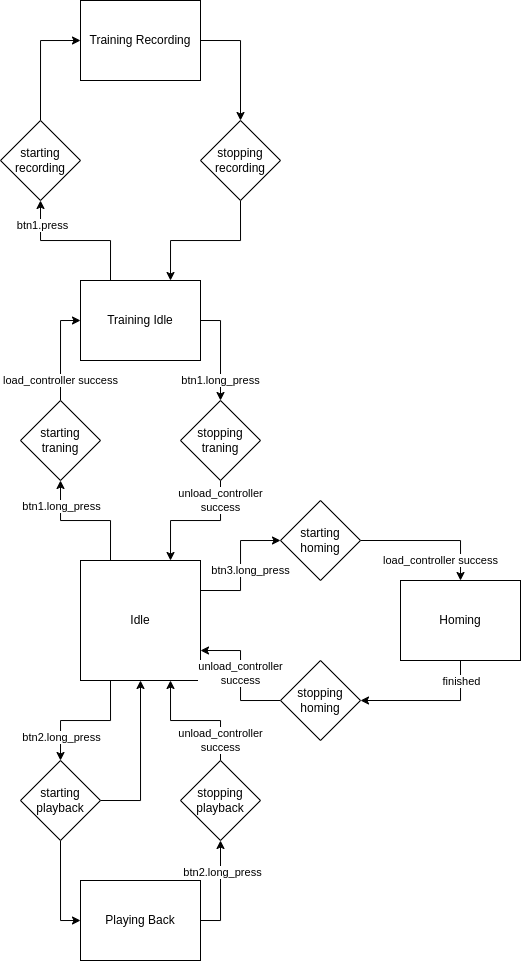
jellehierck/nakama_franka_ros2_cpp keeps this draw.io diagram as nakama_franka_interaction_buttons/state machine.drawio.png. Above is the earlier version. Source tidied: cells renumbered, new cells last; positions are measured from the earlier drawing's top-left corner, leaving out a move shared by most shapes.
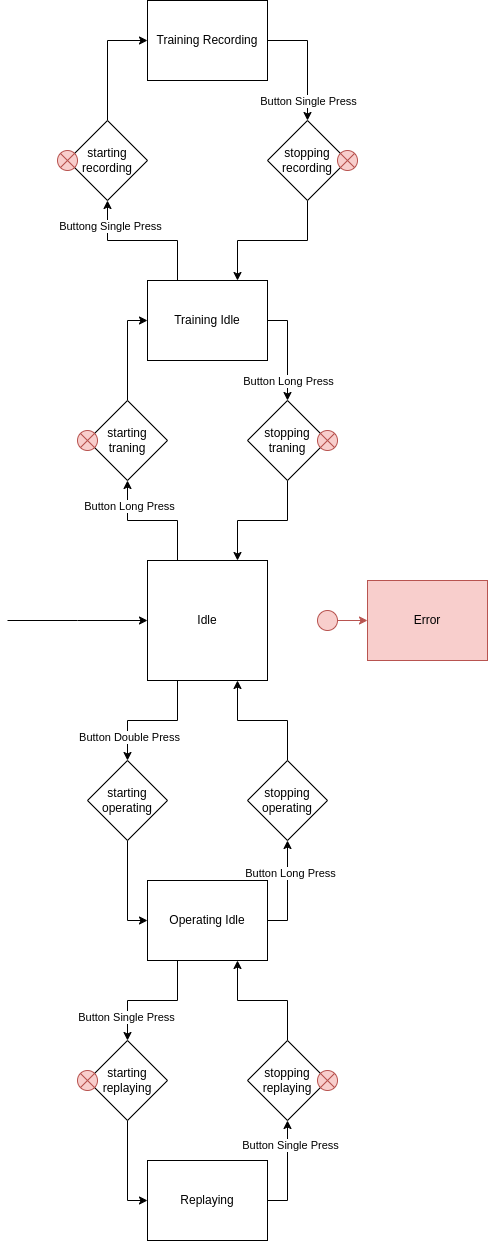
After the commit.

What changed in the source:
```diff
@@ -2,33 +2,30 @@
   <root>
     <mxCell id="0" />
     <mxCell id="1" parent="0" />
-    <mxCell id="2" style="edgeStyle=orthogonalEdgeStyle;rounded=0;jettySize=auto;html=1;exitX=1;exitY=0.25;exitDx=0;exitDy=0;entryX=0;entryY=0.5;entryDx=0;entryDy=0;" parent="1" edge="1" source="8" target="34">
-      <mxGeometry relative="1" as="geometry" />
-    </mxCell>
-    <mxCell id="3" value="btn3.long_press" style="edgeLabel;html=1;align=center;verticalAlign=middle;" parent="2" vertex="1">
-      <mxGeometry x="-0.11" y="3" relative="1" as="geometry">
-        <mxPoint x="13" y="-2" as="offset" />
-      </mxGeometry>
-    </mxCell>
     <mxCell id="4" style="edgeStyle=orthogonalEdgeStyle;rounded=0;jettySize=auto;html=1;exitX=0.25;exitY=1;exitDx=0;exitDy=0;entryX=0.5;entryY=0;entryDx=0;entryDy=0;" parent="1" edge="1" source="8" target="28">
       <mxGeometry relative="1" as="geometry" />
     </mxCell>
-    <mxCell id="5" value="btn2.long_press" style="edgeLabel;html=1;align=center;verticalAlign=middle;" parent="4" vertex="1">
+    <mxCell id="5" value="Button Double Press" style="edgeLabel;html=1;align=center;verticalAlign=middle;" parent="4" vertex="1">
       <mxGeometry x="0.63" y="1" relative="1" as="geometry" />
     </mxCell>
     <mxCell id="6" style="edgeStyle=orthogonalEdgeStyle;rounded=0;jettySize=auto;html=1;exitX=0.25;exitY=0;exitDx=0;exitDy=0;entryX=0.5;entryY=1;entryDx=0;entryDy=0;" parent="1" edge="1" source="8" target="22">
       <mxGeometry relative="1" as="geometry" />
     </mxCell>
-    <mxCell id="7" value="btn1.long_press" style="edgeLabel;html=1;align=center;verticalAlign=middle;" parent="6" vertex="1">
+    <mxCell id="7" value="Button Long Press" style="edgeLabel;html=1;align=center;verticalAlign=middle;" parent="6" vertex="1">
       <mxGeometry x="0.62" y="-1" relative="1" as="geometry" />
     </mxCell>
+    <mxCell id="44" style="edgeStyle=orthogonalEdgeStyle;rounded=0;jettySize=auto;html=1;exitX=0;exitY=0.5;exitDx=0;exitDy=0;endArrow=none;endFill=0;startArrow=classic;startFill=1;" parent="1" edge="1" source="8">
+      <mxGeometry relative="1" as="geometry">
+        <mxPoint x="-60" y="620" as="targetPoint" />
+      </mxGeometry>
+    </mxCell>
     <mxCell id="8" value="Idle" style="rounded=0;whiteSpace=wrap;html=1;" parent="1" vertex="1">
       <mxGeometry x="80" y="560" width="120" height="120" as="geometry" />
     </mxCell>
     <mxCell id="9" style="edgeStyle=orthogonalEdgeStyle;rounded=0;jettySize=auto;html=1;exitX=1;exitY=0.5;exitDx=0;exitDy=0;entryX=0.5;entryY=0;entryDx=0;entryDy=0;" parent="1" edge="1" source="13" target="25">
       <mxGeometry relative="1" as="geometry" />
     </mxCell>
-    <mxCell id="10" value="btn1.long_press" style="edgeLabel;html=1;align=center;verticalAlign=middle;" parent="9" vertex="1">
+    <mxCell id="10" value="Button Long Press" style="edgeLabel;html=1;align=center;verticalAlign=middle;" parent="9" vertex="1">
       <mxGeometry x="0.26" relative="1" as="geometry">
         <mxPoint y="17" as="offset" />
       </mxGeometry>
@@ -36,97 +33,59 @@
     <mxCell id="11" style="edgeStyle=orthogonalEdgeStyle;rounded=0;jettySize=auto;html=1;exitX=0.25;exitY=0;exitDx=0;exitDy=0;entryX=0.5;entryY=1;entryDx=0;entryDy=0;" parent="1" edge="1" source="13" target="41">
       <mxGeometry relative="1" as="geometry" />
     </mxCell>
-    <mxCell id="12" value="btn1.press" style="edgeLabel;html=1;align=center;verticalAlign=middle;" parent="11" vertex="1">
+    <mxCell id="12" value="Buttong Single Press" style="edgeLabel;html=1;align=center;verticalAlign=middle;" parent="11" vertex="1">
       <mxGeometry x="0.67" y="-2" relative="1" as="geometry" />
     </mxCell>
     <mxCell id="13" value="Training Idle" style="rounded=0;whiteSpace=wrap;html=1;" parent="1" vertex="1">
       <mxGeometry x="80" y="280" width="120" height="80" as="geometry" />
     </mxCell>
-    <mxCell id="14" style="edgeStyle=orthogonalEdgeStyle;rounded=0;jettySize=auto;html=1;exitX=0.5;exitY=1;exitDx=0;exitDy=0;entryX=1;entryY=0.5;entryDx=0;entryDy=0;" parent="1" edge="1" source="16" target="37">
-      <mxGeometry relative="1" as="geometry" />
-    </mxCell>
-    <mxCell id="15" value="finished" style="edgeLabel;html=1;align=center;verticalAlign=middle;" parent="14" vertex="1">
-      <mxGeometry x="-0.7" y="1" relative="1" as="geometry" />
-    </mxCell>
-    <mxCell id="16" value="Homing" style="rounded=0;whiteSpace=wrap;html=1;" parent="1" vertex="1">
-      <mxGeometry x="400" y="580" width="120" height="80" as="geometry" />
-    </mxCell>
     <mxCell id="17" style="edgeStyle=orthogonalEdgeStyle;rounded=0;jettySize=auto;html=1;exitX=1;exitY=0.5;exitDx=0;exitDy=0;entryX=0.5;entryY=1;entryDx=0;entryDy=0;" parent="1" edge="1" source="19" target="31">
       <mxGeometry relative="1" as="geometry" />
     </mxCell>
-    <mxCell id="18" value="btn2.long_press" style="edgeLabel;html=1;align=center;verticalAlign=middle;" parent="17" vertex="1">
+    <mxCell id="18" value="Button Long Press" style="edgeLabel;html=1;align=center;verticalAlign=middle;" parent="17" vertex="1">
       <mxGeometry x="0.36" y="-2" relative="1" as="geometry" />
     </mxCell>
+    <mxCell id="45" style="edgeStyle=orthogonalEdgeStyle;rounded=0;jettySize=auto;html=1;exitX=0.25;exitY=1;exitDx=0;exitDy=0;entryX=0.5;entryY=0;entryDx=0;entryDy=0;" parent="1" edge="1" source="19" target="52">
+      <mxGeometry relative="1" as="geometry" />
+    </mxCell>
+    <mxCell id="46" value="Button Single Press" style="edgeLabel;html=1;align=center;verticalAlign=middle;" parent="45" vertex="1">
+      <mxGeometry x="0.63" y="-2" relative="1" as="geometry" />
+    </mxCell>
-    <mxCell id="19" value="Playing Back" style="rounded=0;whiteSpace=wrap;html=1;" parent="1" vertex="1">
+    <mxCell id="19" value="Operating Idle" style="rounded=0;whiteSpace=wrap;html=1;" parent="1" vertex="1">
       <mxGeometry x="80" y="880" width="120" height="80" as="geometry" />
     </mxCell>
     <mxCell id="20" style="edgeStyle=orthogonalEdgeStyle;rounded=0;jettySize=auto;html=1;exitX=0.5;exitY=0;exitDx=0;exitDy=0;entryX=0;entryY=0.5;entryDx=0;entryDy=0;" parent="1" edge="1" source="22" target="13">
       <mxGeometry relative="1" as="geometry" />
     </mxCell>
-    <mxCell id="21" value="load_controller success" style="edgeLabel;html=1;align=center;verticalAlign=middle;" parent="20" vertex="1">
-      <mxGeometry x="-0.6" y="-5" relative="1" as="geometry">
-        <mxPoint x="-5" as="offset" />
-      </mxGeometry>
-    </mxCell>
     <mxCell id="22" value="starting&lt;div&gt;traning&lt;/div&gt;" style="rhombus;whiteSpace=wrap;html=1;" parent="1" vertex="1">
       <mxGeometry x="20" y="400" width="80" height="80" as="geometry" />
     </mxCell>
     <mxCell id="23" style="edgeStyle=orthogonalEdgeStyle;rounded=0;jettySize=auto;html=1;exitX=0.5;exitY=1;exitDx=0;exitDy=0;entryX=0.75;entryY=0;entryDx=0;entryDy=0;" parent="1" edge="1" source="25" target="8">
       <mxGeometry relative="1" as="geometry" />
     </mxCell>
-    <mxCell id="24" value="unload_controller&lt;div&gt;success&lt;/div&gt;" style="edgeLabel;html=1;align=center;verticalAlign=middle;" parent="23" vertex="1">
-      <mxGeometry x="-0.82" y="-1" relative="1" as="geometry">
-        <mxPoint x="1" y="8" as="offset" />
-      </mxGeometry>
-    </mxCell>
     <mxCell id="25" value="stopping&lt;div&gt;traning&lt;/div&gt;" style="rhombus;whiteSpace=wrap;html=1;" parent="1" vertex="1">
       <mxGeometry x="180" y="400" width="80" height="80" as="geometry" />
     </mxCell>
     <mxCell id="26" style="edgeStyle=orthogonalEdgeStyle;rounded=0;jettySize=auto;html=1;exitX=0.5;exitY=1;exitDx=0;exitDy=0;entryX=0;entryY=0.5;entryDx=0;entryDy=0;" parent="1" edge="1" source="28" target="19">
       <mxGeometry relative="1" as="geometry" />
     </mxCell>
-    <mxCell id="27" style="edgeStyle=orthogonalEdgeStyle;rounded=0;jettySize=auto;html=1;exitX=1;exitY=0.5;exitDx=0;exitDy=0;entryX=0.5;entryY=1;entryDx=0;entryDy=0;" parent="1" edge="1" source="28" target="8">
-      <mxGeometry relative="1" as="geometry" />
-    </mxCell>
-    <mxCell id="28" value="starting&lt;div&gt;playback&lt;/div&gt;" style="rhombus;whiteSpace=wrap;html=1;" parent="1" vertex="1">
+    <mxCell id="28" value="starting&lt;div&gt;operating&lt;/div&gt;" style="rhombus;whiteSpace=wrap;html=1;" parent="1" vertex="1">
       <mxGeometry x="20" y="760" width="80" height="80" as="geometry" />
     </mxCell>
     <mxCell id="29" style="edgeStyle=orthogonalEdgeStyle;rounded=0;jettySize=auto;html=1;exitX=0.5;exitY=0;exitDx=0;exitDy=0;entryX=0.75;entryY=1;entryDx=0;entryDy=0;" parent="1" edge="1" source="31" target="8">
       <mxGeometry relative="1" as="geometry" />
     </mxCell>
-    <mxCell id="30" value="unload_controller&lt;div&gt;success&lt;/div&gt;" style="edgeLabel;html=1;align=center;verticalAlign=middle;" parent="29" vertex="1">
-      <mxGeometry x="-0.57" y="-4" relative="1" as="geometry">
-        <mxPoint x="-4" y="8" as="offset" />
-      </mxGeometry>
-    </mxCell>
-    <mxCell id="31" value="stopping&lt;div&gt;playback&lt;/div&gt;" style="rhombus;whiteSpace=wrap;html=1;" parent="1" vertex="1">
+    <mxCell id="31" value="stopping&lt;div&gt;operating&lt;/div&gt;" style="rhombus;whiteSpace=wrap;html=1;" parent="1" vertex="1">
       <mxGeometry x="180" y="760" width="80" height="80" as="geometry" />
     </mxCell>
-    <mxCell id="32" style="edgeStyle=orthogonalEdgeStyle;rounded=0;jettySize=auto;html=1;exitX=1;exitY=0.5;exitDx=0;exitDy=0;entryX=0.5;entryY=0;entryDx=0;entryDy=0;" parent="1" edge="1" source="34" target="16">
-      <mxGeometry relative="1" as="geometry" />
-    </mxCell>
-    <mxCell id="33" value="load_controller success" style="edgeLabel;html=1;align=center;verticalAlign=middle;" parent="32" vertex="1">
-      <mxGeometry x="-0.26" relative="1" as="geometry">
-        <mxPoint x="28" y="20" as="offset" />
-      </mxGeometry>
-    </mxCell>
-    <mxCell id="34" value="starting homing" style="rhombus;whiteSpace=wrap;html=1;" parent="1" vertex="1">
-      <mxGeometry x="280" y="500" width="80" height="80" as="geometry" />
-    </mxCell>
-    <mxCell id="35" style="edgeStyle=orthogonalEdgeStyle;rounded=0;jettySize=auto;html=1;exitX=0;exitY=0.5;exitDx=0;exitDy=0;entryX=1;entryY=0.75;entryDx=0;entryDy=0;" parent="1" edge="1" source="37" target="8">
-      <mxGeometry relative="1" as="geometry" />
-    </mxCell>
-    <mxCell id="36" value="unload_controller&lt;div&gt;success&lt;/div&gt;" style="edgeLabel;html=1;align=center;verticalAlign=middle;" parent="35" vertex="1">
-      <mxGeometry x="0.03" y="4" relative="1" as="geometry">
-        <mxPoint x="4" as="offset" />
-      </mxGeometry>
-    </mxCell>
-    <mxCell id="37" value="stopping&lt;div&gt;homing&lt;/div&gt;" style="rhombus;whiteSpace=wrap;html=1;" parent="1" vertex="1">
-      <mxGeometry x="280" y="660" width="80" height="80" as="geometry" />
-    </mxCell>
     <mxCell id="38" style="edgeStyle=orthogonalEdgeStyle;rounded=0;jettySize=auto;html=1;exitX=1;exitY=0.5;exitDx=0;exitDy=0;entryX=0.5;entryY=0;entryDx=0;entryDy=0;" parent="1" edge="1" source="39" target="43">
       <mxGeometry relative="1" as="geometry" />
     </mxCell>
+    <mxCell id="47" value="Button Single Press" style="edgeLabel;html=1;align=center;verticalAlign=middle;" parent="38" vertex="1">
+      <mxGeometry x="0.37" relative="1" as="geometry">
+        <mxPoint y="18" as="offset" />
+      </mxGeometry>
+    </mxCell>
     <mxCell id="39" value="Training Recording" style="rounded=0;whiteSpace=wrap;html=1;" parent="1" vertex="1">
       <mxGeometry x="80" width="120" height="80" as="geometry" />
     </mxCell>
@@ -142,5 +101,53 @@
     <mxCell id="43" value="stopping&lt;div&gt;recording&lt;/div&gt;" style="rhombus;whiteSpace=wrap;html=1;" parent="1" vertex="1">
       <mxGeometry x="200" y="120" width="80" height="80" as="geometry" />
     </mxCell>
+    <mxCell id="48" style="edgeStyle=orthogonalEdgeStyle;rounded=0;jettySize=auto;html=1;exitX=1;exitY=0.5;exitDx=0;exitDy=0;" parent="1" edge="1" source="50" target="54">
+      <mxGeometry relative="1" as="geometry" />
+    </mxCell>
+    <mxCell id="49" value="Button Single Press" style="edgeLabel;html=1;align=center;verticalAlign=middle;" parent="48" vertex="1">
+      <mxGeometry x="0.52" y="-2" relative="1" as="geometry" />
+    </mxCell>
+    <mxCell id="50" value="Replaying" style="rounded=0;whiteSpace=wrap;html=1;" parent="1" vertex="1">
+      <mxGeometry x="80" y="1160" width="120" height="80" as="geometry" />
+    </mxCell>
+    <mxCell id="51" style="edgeStyle=orthogonalEdgeStyle;rounded=0;jettySize=auto;html=1;exitX=0.5;exitY=1;exitDx=0;exitDy=0;entryX=0;entryY=0.5;entryDx=0;entryDy=0;" parent="1" edge="1" source="52" target="50">
+      <mxGeometry relative="1" as="geometry" />
+    </mxCell>
+    <mxCell id="52" value="starting&lt;div&gt;replaying&lt;/div&gt;" style="rhombus;whiteSpace=wrap;html=1;" parent="1" vertex="1">
+      <mxGeometry x="20" y="1040" width="80" height="80" as="geometry" />
+    </mxCell>
+    <mxCell id="53" style="edgeStyle=orthogonalEdgeStyle;rounded=0;jettySize=auto;html=1;exitX=0.5;exitY=0;exitDx=0;exitDy=0;entryX=0.75;entryY=1;entryDx=0;entryDy=0;" parent="1" edge="1" source="54" target="19">
+      <mxGeometry relative="1" as="geometry" />
+    </mxCell>
+    <mxCell id="54" value="stopping&lt;div&gt;replaying&lt;/div&gt;" style="rhombus;whiteSpace=wrap;html=1;" parent="1" vertex="1">
+      <mxGeometry x="180" y="1040" width="80" height="80" as="geometry" />
+    </mxCell>
+    <mxCell id="55" value="Error" style="rounded=0;whiteSpace=wrap;html=1;fillColor=#f8cecc;strokeColor=#b85450;" parent="1" vertex="1">
+      <mxGeometry x="300" y="580" width="120" height="80" as="geometry" />
+    </mxCell>
+    <mxCell id="56" style="shape=sumEllipse;perimeter=ellipsePerimeter;whiteSpace=wrap;html=1;backgroundOutline=1;fillColor=#f8cecc;strokeColor=#b85450;" parent="1" vertex="1">
+      <mxGeometry x="10" y="430" width="20" height="20" as="geometry" />
+    </mxCell>
+    <mxCell id="57" style="shape=sumEllipse;perimeter=ellipsePerimeter;whiteSpace=wrap;html=1;backgroundOutline=1;fillColor=#f8cecc;strokeColor=#b85450;" parent="1" vertex="1">
+      <mxGeometry x="-10" y="150" width="20" height="20" as="geometry" />
+    </mxCell>
+    <mxCell id="58" style="shape=sumEllipse;perimeter=ellipsePerimeter;whiteSpace=wrap;html=1;backgroundOutline=1;fillColor=#f8cecc;strokeColor=#b85450;" parent="1" vertex="1">
+      <mxGeometry x="270" y="150" width="20" height="20" as="geometry" />
+    </mxCell>
+    <mxCell id="59" style="shape=sumEllipse;perimeter=ellipsePerimeter;whiteSpace=wrap;html=1;backgroundOutline=1;fillColor=#f8cecc;strokeColor=#b85450;" parent="1" vertex="1">
+      <mxGeometry x="250" y="430" width="20" height="20" as="geometry" />
+    </mxCell>
+    <mxCell id="60" style="shape=sumEllipse;perimeter=ellipsePerimeter;whiteSpace=wrap;html=1;backgroundOutline=1;fillColor=#f8cecc;strokeColor=#b85450;" parent="1" vertex="1">
+      <mxGeometry x="10" y="1070" width="20" height="20" as="geometry" />
+    </mxCell>
+    <mxCell id="61" style="shape=sumEllipse;perimeter=ellipsePerimeter;whiteSpace=wrap;html=1;backgroundOutline=1;fillColor=#f8cecc;strokeColor=#b85450;" parent="1" vertex="1">
+      <mxGeometry x="250" y="1070" width="20" height="20" as="geometry" />
+    </mxCell>
+    <mxCell id="62" style="edgeStyle=orthogonalEdgeStyle;rounded=0;jettySize=auto;html=1;exitX=1;exitY=0.5;exitDx=0;exitDy=0;entryX=0;entryY=0.5;entryDx=0;entryDy=0;fillColor=#f8cecc;strokeColor=#b85450;" parent="1" edge="1" source="63" target="55">
+      <mxGeometry relative="1" as="geometry" />
+    </mxCell>
+    <mxCell id="63" style="ellipse;whiteSpace=wrap;html=1;fillColor=#f8cecc;strokeColor=#b85450;" parent="1" vertex="1">
+      <mxGeometry x="250" y="610" width="20" height="20" as="geometry" />
+    </mxCell>
   </root>
 </mxGraphModel>
```
